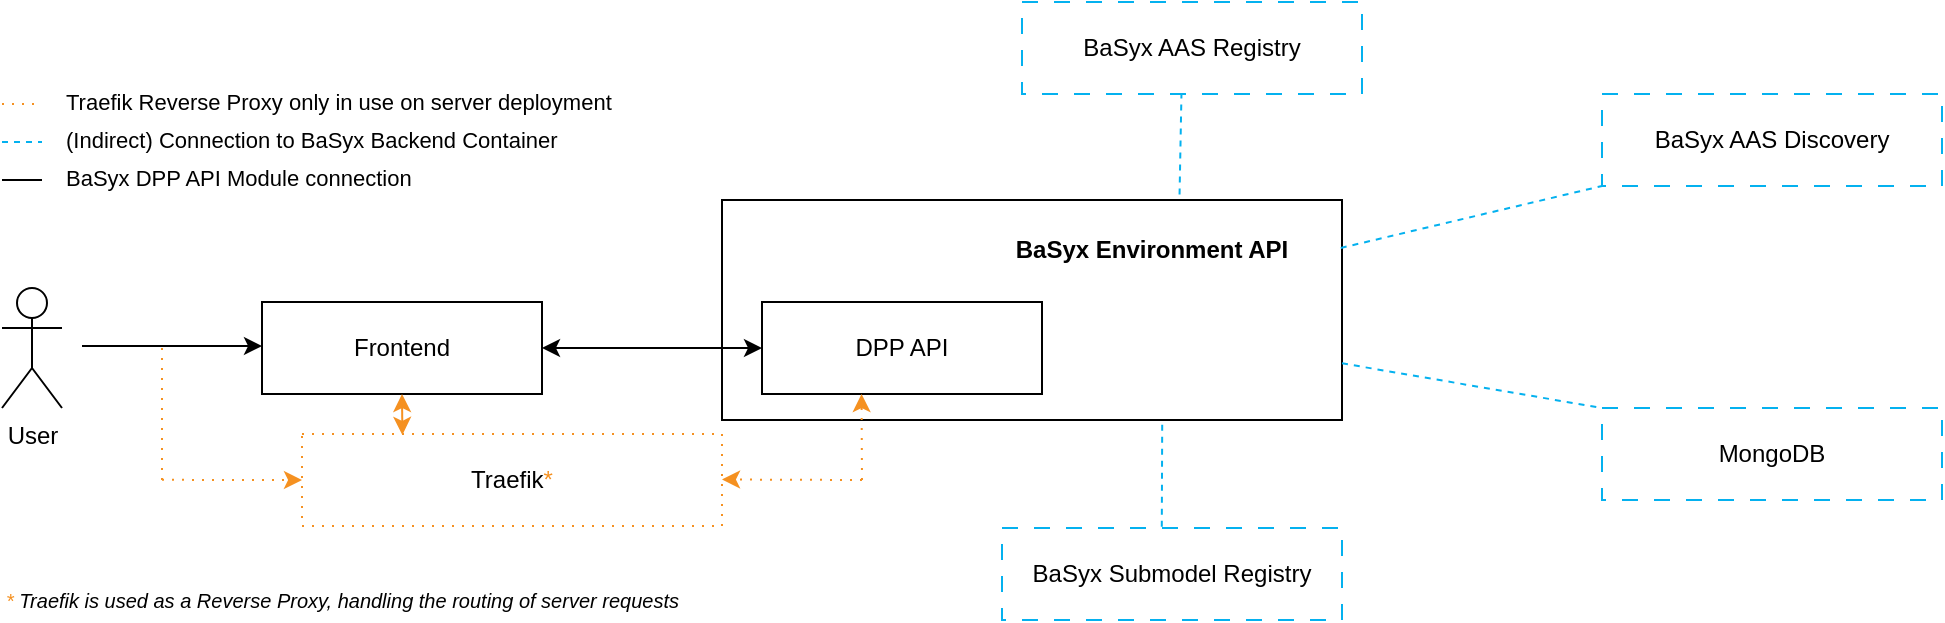
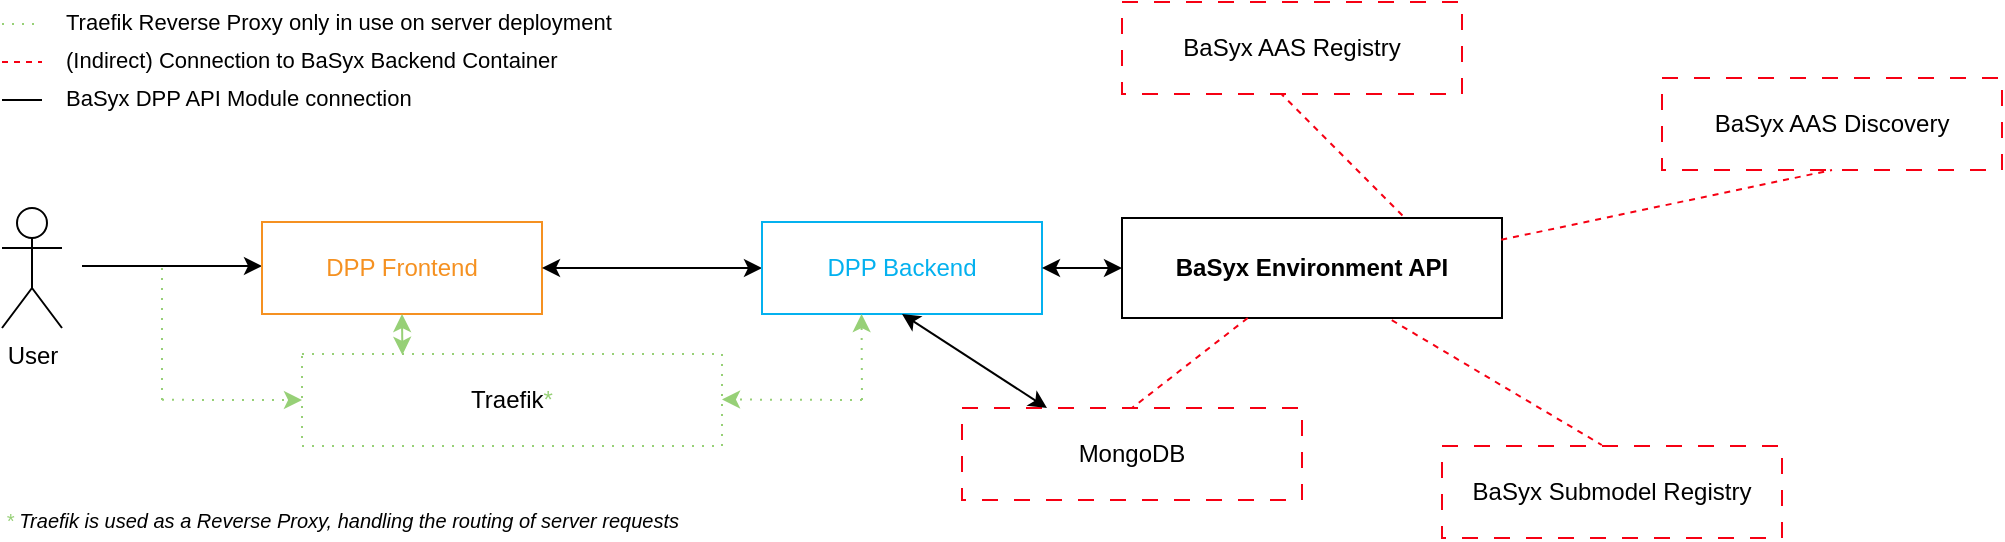
<mxfile host="Electron" agent="Mozilla/5.0 (Macintosh; Intel Mac OS X 10_15_7) AppleWebKit/537.36 (KHTML, like Gecko) draw.io/28.2.8 Chrome/140.0.7339.240 Electron/38.4.0 Safari/537.36" version="28.2.8">
  <diagram name="Seite-1" id="UkBF2IA1nVewKtl1MVlG">
-     <mxGraphModel dx="1592" dy="654" grid="1" gridSize="10" guides="1" tooltips="1" connect="1" arrows="1" fold="1" page="1" pageScale="1" pageWidth="1169" pageHeight="827" math="0" shadow="0">
+     <mxGraphModel dx="1216" dy="850" grid="1" gridSize="10" guides="1" tooltips="1" connect="1" arrows="1" fold="1" page="1" pageScale="1" pageWidth="1169" pageHeight="827" math="0" shadow="0">
      <root>
        <mxCell id="0" />
        <mxCell id="1" parent="0" />
-         <mxCell id="gRMvtSbbXWh2mS4rzElj-1" value="" style="rounded=0;whiteSpace=wrap;html=1;" vertex="1" parent="1">
-           <mxGeometry x="410" y="340" width="310" height="110" as="geometry" />
+         <mxCell id="gRMvtSbbXWh2mS4rzElj-1" value="" style="rounded=0;whiteSpace=wrap;html=1;" parent="1" vertex="1">
+           <mxGeometry x="610" y="389" width="190" height="50" as="geometry" />
        </mxCell>
        <mxCell id="af9-jJ4EHfEPUA4PKaTa-1" value="User" style="shape=umlActor;verticalLabelPosition=bottom;verticalAlign=top;html=1;outlineConnect=0;" parent="1" vertex="1">
          <mxGeometry x="50" y="384" width="30" height="60" as="geometry" />
        </mxCell>
        <mxCell id="af9-jJ4EHfEPUA4PKaTa-2" value="" style="endArrow=classic;html=1;rounded=0;" parent="1" edge="1">
          <mxGeometry width="50" height="50" relative="1" as="geometry">
            <mxPoint x="90" y="413" as="sourcePoint" />
            <mxPoint x="180" y="413" as="targetPoint" />
          </mxGeometry>
        </mxCell>
-         <mxCell id="af9-jJ4EHfEPUA4PKaTa-3" value="Frontend" style="rounded=0;whiteSpace=wrap;html=1;" parent="1" vertex="1">
+         <mxCell id="af9-jJ4EHfEPUA4PKaTa-3" value="&lt;font style=&quot;color: rgb(245, 145, 33);&quot;&gt;DPP Frontend&lt;/font&gt;" style="rounded=0;whiteSpace=wrap;html=1;strokeColor=#F59121;" parent="1" vertex="1">
          <mxGeometry x="180" y="391" width="140" height="46" as="geometry" />
        </mxCell>
        <mxCell id="af9-jJ4EHfEPUA4PKaTa-4" value="" style="endArrow=classic;startArrow=classic;html=1;rounded=0;exitX=1;exitY=0.5;exitDx=0;exitDy=0;entryX=0;entryY=0.5;entryDx=0;entryDy=0;" parent="1" source="af9-jJ4EHfEPUA4PKaTa-3" target="af9-jJ4EHfEPUA4PKaTa-5" edge="1">
          <mxGeometry width="50" height="50" relative="1" as="geometry">
            <mxPoint x="330" y="413.71000000000004" as="sourcePoint" />
            <mxPoint x="400" y="413.71000000000004" as="targetPoint" />
          </mxGeometry>
        </mxCell>
-         <mxCell id="af9-jJ4EHfEPUA4PKaTa-5" value="DPP API" style="rounded=0;whiteSpace=wrap;html=1;" parent="1" vertex="1">
+         <mxCell id="af9-jJ4EHfEPUA4PKaTa-5" value="&lt;font style=&quot;color: rgb(4, 177, 239);&quot;&gt;DPP Backend&lt;/font&gt;" style="rounded=0;whiteSpace=wrap;html=1;strokeColor=#04B1EF;" parent="1" vertex="1">
          <mxGeometry x="430" y="391" width="140" height="46" as="geometry" />
        </mxCell>
-         <mxCell id="af9-jJ4EHfEPUA4PKaTa-8" value="" style="endArrow=none;html=1;rounded=0;shadow=0;flowAnimation=0;curved=0;jumpSize=6;dashed=1;dashPattern=1 4;strokeColor=#F59121;" parent="1" edge="1">
+         <mxCell id="af9-jJ4EHfEPUA4PKaTa-8" value="" style="endArrow=none;html=1;rounded=0;shadow=0;flowAnimation=0;curved=0;jumpSize=6;dashed=1;dashPattern=1 4;strokeColor=#97D077;" parent="1" edge="1">
          <mxGeometry width="50" height="50" relative="1" as="geometry">
            <mxPoint x="130" y="480" as="sourcePoint" />
            <mxPoint x="130" y="413" as="targetPoint" />
          </mxGeometry>
        </mxCell>
-         <mxCell id="af9-jJ4EHfEPUA4PKaTa-9" value="" style="endArrow=classic;html=1;rounded=0;startArrow=none;startFill=0;endFill=1;dashed=1;dashPattern=1 4;strokeColor=#F59121;" parent="1" edge="1">
+         <mxCell id="af9-jJ4EHfEPUA4PKaTa-9" value="" style="endArrow=classic;html=1;rounded=0;startArrow=none;startFill=0;endFill=1;dashed=1;dashPattern=1 4;strokeColor=#97D077;" parent="1" edge="1">
          <mxGeometry width="50" height="50" relative="1" as="geometry">
            <mxPoint x="480" y="480" as="sourcePoint" />
            <mxPoint x="479.77" y="437" as="targetPoint" />
          </mxGeometry>
        </mxCell>
-         <mxCell id="af9-jJ4EHfEPUA4PKaTa-12" value="&lt;font style=&quot;color: rgb(0, 0, 0);&quot;&gt;Traefik&lt;/font&gt;&lt;font style=&quot;color: rgb(245, 145, 33);&quot;&gt;*&lt;/font&gt;" style="rounded=0;whiteSpace=wrap;html=1;rotation=0;dashed=1;dashPattern=1 4;strokeColor=#F59121;" parent="1" vertex="1">
+         <mxCell id="af9-jJ4EHfEPUA4PKaTa-12" value="&lt;font style=&quot;color: rgb(0, 0, 0);&quot;&gt;Traefik&lt;/font&gt;&lt;font style=&quot;color: rgb(151, 208, 119);&quot;&gt;*&lt;/font&gt;" style="rounded=0;whiteSpace=wrap;html=1;rotation=0;dashed=1;dashPattern=1 4;strokeColor=#97D077;" parent="1" vertex="1">
          <mxGeometry x="200" y="457" width="210" height="46" as="geometry" />
        </mxCell>
-         <mxCell id="af9-jJ4EHfEPUA4PKaTa-13" value="" style="endArrow=classic;html=1;rounded=0;dashed=1;dashPattern=1 4;strokeColor=#F59121;" parent="1" edge="1">
+         <mxCell id="af9-jJ4EHfEPUA4PKaTa-13" value="" style="endArrow=classic;html=1;rounded=0;dashed=1;dashPattern=1 4;strokeColor=#97D077;" parent="1" edge="1">
          <mxGeometry width="50" height="50" relative="1" as="geometry">
            <mxPoint x="130" y="479.92" as="sourcePoint" />
            <mxPoint x="200" y="480" as="targetPoint" />
          </mxGeometry>
        </mxCell>
-         <mxCell id="af9-jJ4EHfEPUA4PKaTa-14" value="" style="endArrow=classic;html=1;rounded=0;dashed=1;dashPattern=1 4;strokeColor=#F59121;" parent="1" edge="1">
+         <mxCell id="af9-jJ4EHfEPUA4PKaTa-14" value="" style="endArrow=classic;html=1;rounded=0;dashed=1;dashPattern=1 4;strokeColor=#97D077;" parent="1" edge="1">
          <mxGeometry width="50" height="50" relative="1" as="geometry">
            <mxPoint x="480" y="480" as="sourcePoint" />
            <mxPoint x="410" y="479.75" as="targetPoint" />
          </mxGeometry>
        </mxCell>
-         <mxCell id="af9-jJ4EHfEPUA4PKaTa-15" value="" style="endArrow=classic;startArrow=classic;html=1;rounded=0;entryX=0.5;entryY=1;entryDx=0;entryDy=0;exitX=0.239;exitY=0.01;exitDx=0;exitDy=0;exitPerimeter=0;strokeColor=#F59121;" parent="1" source="af9-jJ4EHfEPUA4PKaTa-12" target="af9-jJ4EHfEPUA4PKaTa-3" edge="1">
+         <mxCell id="af9-jJ4EHfEPUA4PKaTa-15" value="" style="endArrow=classic;startArrow=classic;html=1;rounded=0;entryX=0.5;entryY=1;entryDx=0;entryDy=0;exitX=0.239;exitY=0.01;exitDx=0;exitDy=0;exitPerimeter=0;strokeColor=#97D077;" parent="1" source="af9-jJ4EHfEPUA4PKaTa-12" target="af9-jJ4EHfEPUA4PKaTa-3" edge="1">
          <mxGeometry width="50" height="50" relative="1" as="geometry">
            <mxPoint x="240" y="457" as="sourcePoint" />
            <mxPoint x="240" y="440" as="targetPoint" />
          </mxGeometry>
        </mxCell>
-         <mxCell id="af9-jJ4EHfEPUA4PKaTa-16" value="" style="endArrow=none;dashed=1;html=1;rounded=0;entryX=0.469;entryY=1;entryDx=0;entryDy=0;entryPerimeter=0;strokeColor=#04B1EF;exitX=0.738;exitY=-0.025;exitDx=0;exitDy=0;exitPerimeter=0;" parent="1" target="af9-jJ4EHfEPUA4PKaTa-17" edge="1" source="gRMvtSbbXWh2mS4rzElj-1">
+         <mxCell id="af9-jJ4EHfEPUA4PKaTa-16" value="" style="endArrow=none;dashed=1;html=1;rounded=0;entryX=0.469;entryY=1;entryDx=0;entryDy=0;entryPerimeter=0;strokeColor=#F60013;exitX=0.738;exitY=-0.025;exitDx=0;exitDy=0;exitPerimeter=0;" parent="1" source="gRMvtSbbXWh2mS4rzElj-1" target="af9-jJ4EHfEPUA4PKaTa-17" edge="1">
          <mxGeometry width="50" height="50" relative="1" as="geometry">
            <mxPoint x="1360" y="221" as="sourcePoint" />
            <mxPoint x="1360" y="190" as="targetPoint" />
          </mxGeometry>
        </mxCell>
-         <mxCell id="af9-jJ4EHfEPUA4PKaTa-17" value="BaSyx AAS Registry" style="rounded=0;whiteSpace=wrap;html=1;dashed=1;dashPattern=8 8;strokeColor=#04B1EF;" parent="1" vertex="1">
-           <mxGeometry x="560" y="241" width="170" height="46" as="geometry" />
+         <mxCell id="af9-jJ4EHfEPUA4PKaTa-17" value="BaSyx AAS Registry" style="rounded=0;whiteSpace=wrap;html=1;dashed=1;dashPattern=8 8;strokeColor=#F60013;" parent="1" vertex="1">
+           <mxGeometry x="610" y="281" width="170" height="46" as="geometry" />
        </mxCell>
-         <mxCell id="af9-jJ4EHfEPUA4PKaTa-18" value="BaSyx AAS Discovery" style="rounded=0;whiteSpace=wrap;html=1;dashed=1;dashPattern=8 8;strokeColor=#04B1EF;" parent="1" vertex="1">
-           <mxGeometry x="850" y="287" width="170" height="46" as="geometry" />
+         <mxCell id="af9-jJ4EHfEPUA4PKaTa-18" value="BaSyx AAS Discovery" style="rounded=0;whiteSpace=wrap;html=1;dashed=1;dashPattern=8 8;strokeColor=#F60013;" parent="1" vertex="1">
+           <mxGeometry x="880" y="319" width="170" height="46" as="geometry" />
        </mxCell>
-         <mxCell id="af9-jJ4EHfEPUA4PKaTa-19" value="BaSyx Submodel Registry" style="rounded=0;whiteSpace=wrap;html=1;dashed=1;dashPattern=8 8;strokeColor=#04B1EF;" parent="1" vertex="1">
-           <mxGeometry x="550" y="504" width="170" height="46" as="geometry" />
+         <mxCell id="af9-jJ4EHfEPUA4PKaTa-19" value="BaSyx Submodel Registry" style="rounded=0;whiteSpace=wrap;html=1;dashed=1;dashPattern=8 8;strokeColor=#F60013;" parent="1" vertex="1">
+           <mxGeometry x="770" y="503" width="170" height="46" as="geometry" />
        </mxCell>
-         <mxCell id="af9-jJ4EHfEPUA4PKaTa-20" value="MongoDB" style="rounded=0;whiteSpace=wrap;html=1;dashed=1;dashPattern=8 8;strokeColor=#04B1EF;" parent="1" vertex="1">
-           <mxGeometry x="850" y="444" width="170" height="46" as="geometry" />
+         <mxCell id="af9-jJ4EHfEPUA4PKaTa-20" value="MongoDB" style="rounded=0;whiteSpace=wrap;html=1;dashed=1;dashPattern=8 8;strokeColor=#F60013;" parent="1" vertex="1">
+           <mxGeometry x="530" y="484" width="170" height="46" as="geometry" />
        </mxCell>
-         <mxCell id="af9-jJ4EHfEPUA4PKaTa-21" value="" style="endArrow=none;dashed=1;html=1;rounded=0;entryX=0;entryY=1;entryDx=0;entryDy=0;exitX=0.998;exitY=0.218;exitDx=0;exitDy=0;strokeColor=#04B1EF;exitPerimeter=0;" parent="1" source="gRMvtSbbXWh2mS4rzElj-1" target="af9-jJ4EHfEPUA4PKaTa-18" edge="1">
+         <mxCell id="af9-jJ4EHfEPUA4PKaTa-21" value="" style="endArrow=none;dashed=1;html=1;rounded=0;entryX=0.5;entryY=1;entryDx=0;entryDy=0;exitX=0.998;exitY=0.218;exitDx=0;exitDy=0;strokeColor=#F60013;exitPerimeter=0;" parent="1" source="gRMvtSbbXWh2mS4rzElj-1" target="af9-jJ4EHfEPUA4PKaTa-18" edge="1">
          <mxGeometry width="50" height="50" relative="1" as="geometry">
            <mxPoint x="1460" y="221" as="sourcePoint" />
            <mxPoint x="1410" y="190" as="targetPoint" />
          </mxGeometry>
        </mxCell>
-         <mxCell id="af9-jJ4EHfEPUA4PKaTa-22" value="" style="endArrow=none;dashed=1;html=1;rounded=0;entryX=0;entryY=0;entryDx=0;entryDy=0;strokeColor=#04B1EF;" parent="1" source="gRMvtSbbXWh2mS4rzElj-1" target="af9-jJ4EHfEPUA4PKaTa-20" edge="1">
+         <mxCell id="af9-jJ4EHfEPUA4PKaTa-22" value="" style="endArrow=none;dashed=1;html=1;rounded=0;entryX=0.5;entryY=0;entryDx=0;entryDy=0;strokeColor=#F60013;" parent="1" source="gRMvtSbbXWh2mS4rzElj-1" target="af9-jJ4EHfEPUA4PKaTa-20" edge="1">
          <mxGeometry width="50" height="50" relative="1" as="geometry">
            <mxPoint x="1460" y="267" as="sourcePoint" />
            <mxPoint x="1550" y="210" as="targetPoint" />
          </mxGeometry>
        </mxCell>
-         <mxCell id="af9-jJ4EHfEPUA4PKaTa-23" value="" style="endArrow=none;dashed=1;html=1;rounded=0;entryX=0.47;entryY=-0.011;entryDx=0;entryDy=0;exitX=0.71;exitY=1.022;exitDx=0;exitDy=0;entryPerimeter=0;exitPerimeter=0;strokeColor=#04B1EF;" parent="1" source="gRMvtSbbXWh2mS4rzElj-1" target="af9-jJ4EHfEPUA4PKaTa-19" edge="1">
+         <mxCell id="af9-jJ4EHfEPUA4PKaTa-23" value="" style="endArrow=none;dashed=1;html=1;rounded=0;entryX=0.47;entryY=-0.011;entryDx=0;entryDy=0;exitX=0.71;exitY=1.022;exitDx=0;exitDy=0;entryPerimeter=0;exitPerimeter=0;strokeColor=#F60013;" parent="1" source="gRMvtSbbXWh2mS4rzElj-1" target="af9-jJ4EHfEPUA4PKaTa-19" edge="1">
          <mxGeometry width="50" height="50" relative="1" as="geometry">
            <mxPoint x="1329.9499999999998" y="267" as="sourcePoint" />
            <mxPoint x="1530" y="290" as="targetPoint" />
          </mxGeometry>
        </mxCell>
        <mxCell id="af9-jJ4EHfEPUA4PKaTa-28" value="" style="group" parent="1" vertex="1" connectable="0">
          <mxGeometry x="50" y="300" width="280" height="20" as="geometry" />
        </mxCell>
-         <mxCell id="af9-jJ4EHfEPUA4PKaTa-24" value="" style="endArrow=none;dashed=1;html=1;rounded=0;strokeColor=#04B1EF;" parent="af9-jJ4EHfEPUA4PKaTa-28" edge="1">
+         <mxCell id="af9-jJ4EHfEPUA4PKaTa-24" value="" style="endArrow=none;dashed=1;html=1;rounded=0;strokeColor=#F60013;" parent="af9-jJ4EHfEPUA4PKaTa-28" edge="1">
          <mxGeometry width="50" height="50" relative="1" as="geometry">
            <mxPoint y="11" as="sourcePoint" />
            <mxPoint x="20" y="11" as="targetPoint" />
          </mxGeometry>
        </mxCell>
        <mxCell id="af9-jJ4EHfEPUA4PKaTa-26" value="(Indirect) Connection to BaSyx Backend Container" style="text;html=1;whiteSpace=wrap;strokeColor=none;fillColor=none;align=left;verticalAlign=middle;rounded=0;fontSize=11;" parent="af9-jJ4EHfEPUA4PKaTa-28" vertex="1">
          <mxGeometry x="30" width="250" height="20" as="geometry" />
        </mxCell>
        <mxCell id="af9-jJ4EHfEPUA4PKaTa-29" value="" style="group" parent="1" vertex="1" connectable="0">
          <mxGeometry x="50" y="319" width="320" height="20" as="geometry" />
        </mxCell>
        <mxCell id="af9-jJ4EHfEPUA4PKaTa-25" value="" style="endArrow=none;html=1;rounded=0;" parent="af9-jJ4EHfEPUA4PKaTa-29" edge="1">
          <mxGeometry width="50" height="50" relative="1" as="geometry">
            <mxPoint y="11" as="sourcePoint" />
            <mxPoint x="20" y="11" as="targetPoint" />
          </mxGeometry>
        </mxCell>
        <mxCell id="af9-jJ4EHfEPUA4PKaTa-27" value="BaSyx DPP API Module connection" style="text;html=1;whiteSpace=wrap;strokeColor=none;fillColor=none;align=left;verticalAlign=middle;rounded=0;fontSize=11;" parent="af9-jJ4EHfEPUA4PKaTa-29" vertex="1">
          <mxGeometry x="30" width="290" height="20" as="geometry" />
        </mxCell>
-         <mxCell id="af9-jJ4EHfEPUA4PKaTa-30" value="&lt;i&gt;&lt;font style=&quot;color: rgb(245, 145, 33);&quot;&gt;*&lt;/font&gt; Traefik is used as a Reverse Proxy, handling the routing of server requests&lt;/i&gt;" style="text;html=1;whiteSpace=wrap;strokeColor=none;fillColor=none;align=left;verticalAlign=middle;rounded=0;fontSize=10;" parent="1" vertex="1">
+         <mxCell id="af9-jJ4EHfEPUA4PKaTa-30" value="&lt;i&gt;&lt;font style=&quot;color: rgb(151, 208, 119);&quot;&gt;*&lt;/font&gt; Traefik is used as a Reverse Proxy, handling the routing of server requests&lt;/i&gt;" style="text;html=1;whiteSpace=wrap;strokeColor=none;fillColor=none;align=left;verticalAlign=middle;rounded=0;fontSize=10;" parent="1" vertex="1">
          <mxGeometry x="50" y="530" width="380" height="20" as="geometry" />
        </mxCell>
        <mxCell id="O_DWvKUgb29VyJl0YRP6-1" value="" style="group" parent="1" vertex="1" connectable="0">
          <mxGeometry x="50" y="281" width="310" height="20" as="geometry" />
        </mxCell>
-         <mxCell id="O_DWvKUgb29VyJl0YRP6-2" value="" style="endArrow=none;dashed=1;html=1;rounded=0;dashPattern=1 4;strokeColor=#F59121;" parent="O_DWvKUgb29VyJl0YRP6-1" edge="1">
+         <mxCell id="O_DWvKUgb29VyJl0YRP6-2" value="" style="endArrow=none;dashed=1;html=1;rounded=0;dashPattern=1 4;strokeColor=#97D077;" parent="O_DWvKUgb29VyJl0YRP6-1" edge="1">
          <mxGeometry width="50" height="50" relative="1" as="geometry">
            <mxPoint y="11" as="sourcePoint" />
            <mxPoint x="20" y="11" as="targetPoint" />
          </mxGeometry>
        </mxCell>
        <mxCell id="O_DWvKUgb29VyJl0YRP6-3" value="Traefik Reverse Proxy only in use on server deployment" style="text;html=1;whiteSpace=wrap;strokeColor=none;fillColor=none;align=left;verticalAlign=middle;rounded=0;fontSize=11;" parent="O_DWvKUgb29VyJl0YRP6-1" vertex="1">
          <mxGeometry x="30" width="280" height="20" as="geometry" />
        </mxCell>
-         <mxCell id="gRMvtSbbXWh2mS4rzElj-2" value="BaSyx Environment API" style="text;html=1;whiteSpace=wrap;strokeColor=none;fillColor=none;align=center;verticalAlign=middle;rounded=0;fontStyle=1" vertex="1" parent="1">
-           <mxGeometry x="540" y="350" width="170" height="30" as="geometry" />
+         <mxCell id="gRMvtSbbXWh2mS4rzElj-2" value="BaSyx Environment API" style="text;html=1;whiteSpace=wrap;strokeColor=none;fillColor=none;align=center;verticalAlign=middle;rounded=0;fontStyle=1" parent="1" vertex="1">
+           <mxGeometry x="620" y="399" width="170" height="30" as="geometry" />
+         </mxCell>
+         <mxCell id="Mc2keMyZ7R_tQtag65NB-4" value="" style="endArrow=classic;startArrow=classic;html=1;rounded=0;entryX=0;entryY=0.5;entryDx=0;entryDy=0;exitX=1;exitY=0.5;exitDx=0;exitDy=0;" parent="1" source="af9-jJ4EHfEPUA4PKaTa-5" target="gRMvtSbbXWh2mS4rzElj-1" edge="1">
+           <mxGeometry width="50" height="50" relative="1" as="geometry">
+             <mxPoint x="540" y="440" as="sourcePoint" />
+             <mxPoint x="590" y="390" as="targetPoint" />
+           </mxGeometry>
+         </mxCell>
+         <mxCell id="Mc2keMyZ7R_tQtag65NB-5" value="" style="endArrow=classic;startArrow=classic;html=1;rounded=0;entryX=0.25;entryY=0;entryDx=0;entryDy=0;exitX=0.5;exitY=1;exitDx=0;exitDy=0;" parent="1" source="af9-jJ4EHfEPUA4PKaTa-5" target="af9-jJ4EHfEPUA4PKaTa-20" edge="1">
+           <mxGeometry width="50" height="50" relative="1" as="geometry">
+             <mxPoint x="580" y="340" as="sourcePoint" />
+             <mxPoint x="620" y="340" as="targetPoint" />
+           </mxGeometry>
        </mxCell>
      </root>
    </mxGraphModel>
  </diagram>
</mxfile>
